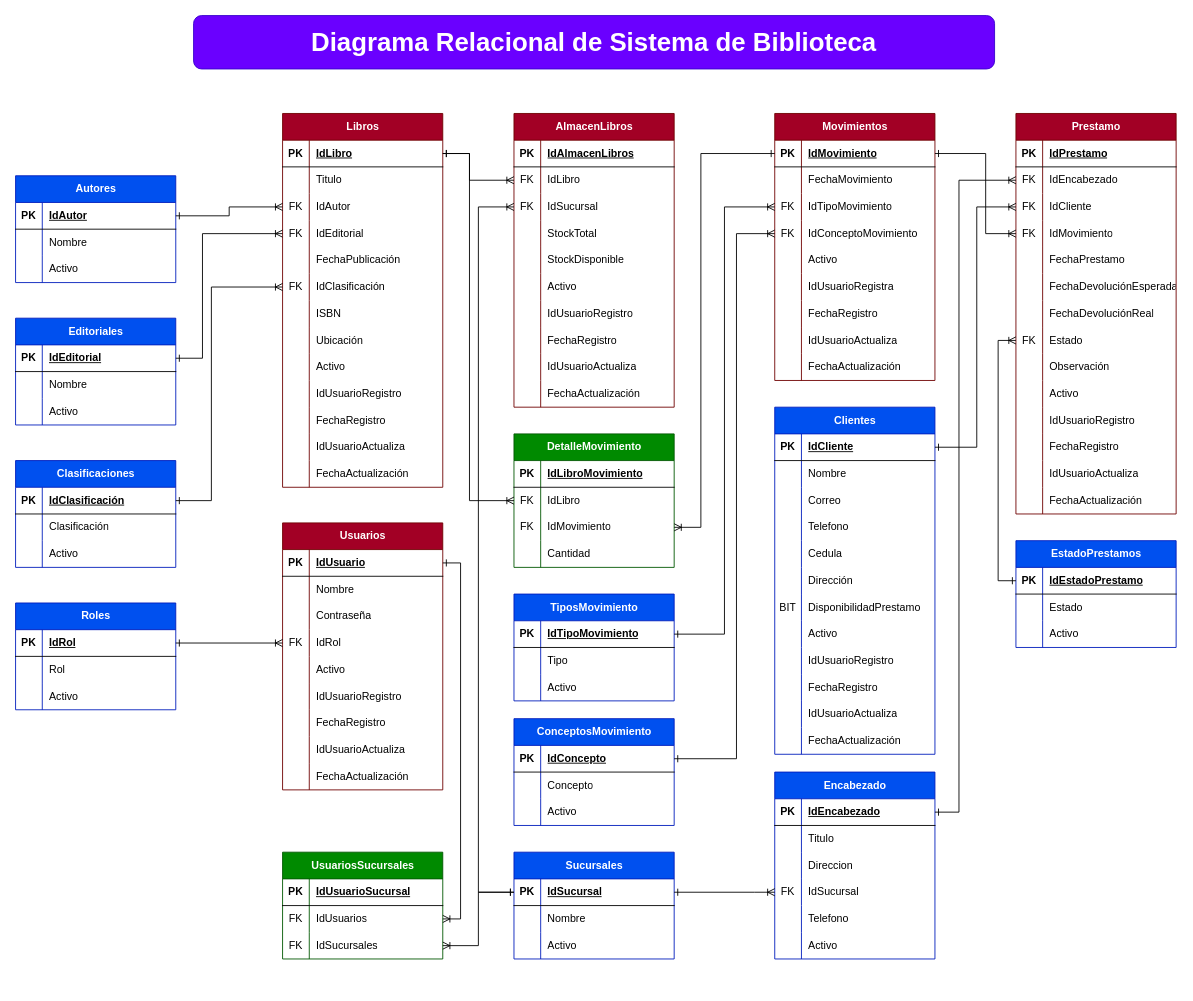
Above: DataBase/DiagramaRelacionalBD_V2.drawio in Winterbox400/SistemaBiblioteca_Documentacion (draw.io), before the change. Source tidied: cells renumbered, new cells numbered last; positions are measured from the earlier drawing's top-left corner, leaving out a move shared by most shapes. Both pictures are drawn from the tidied source at 89%, with x=0, y=0 at pixel (15, 15).
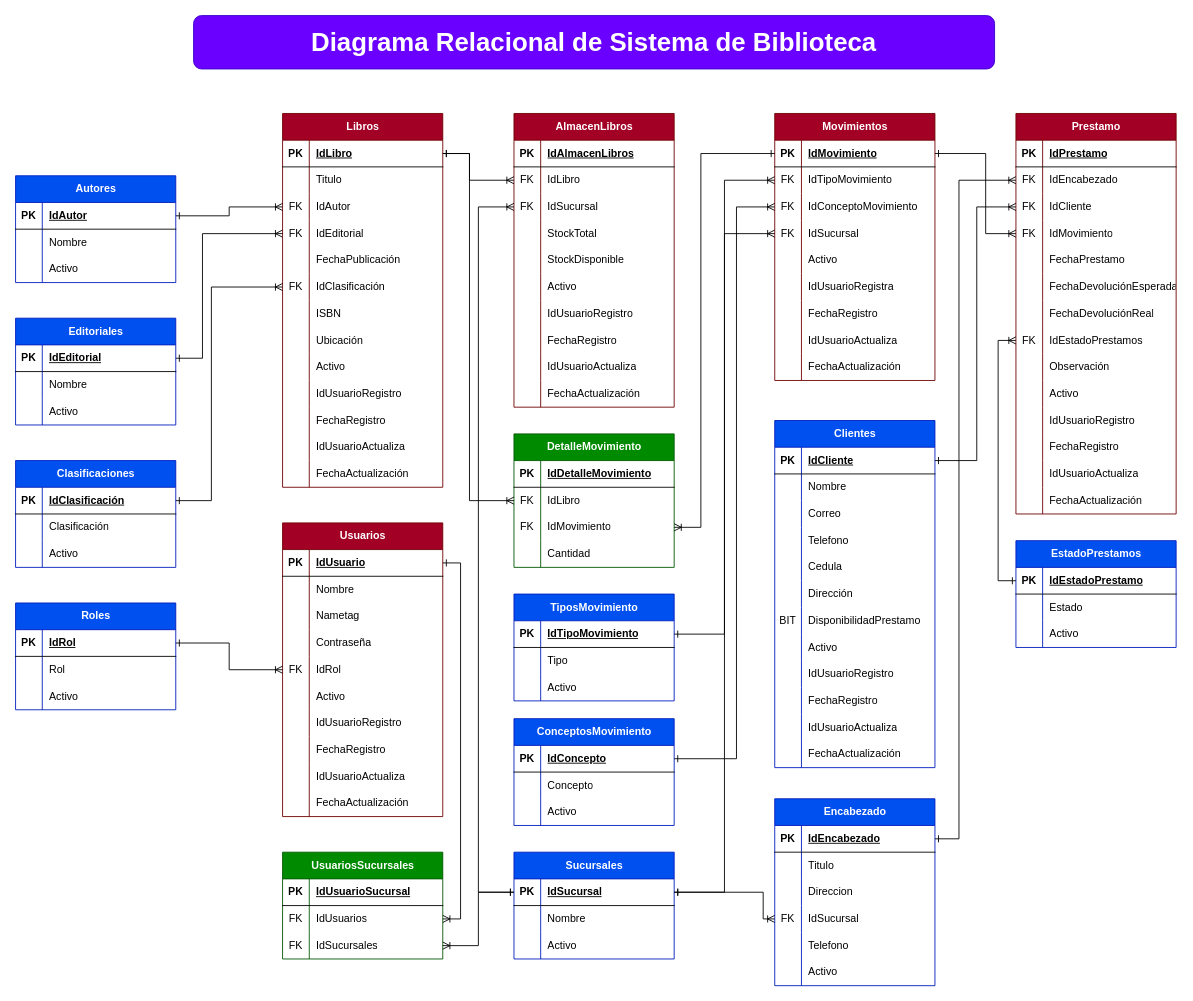
The same diagram, later.

The change refers to these unchanged cells:
```xml
<mxCell id="71" style="shape=tableRow;horizontal=0;startSize=0;swimlaneHead=0;swimlaneBody=0;fillColor=none;points=[[0,0.5],[1,0.5]];portConstraint=eastwest;top=0;left=0;right=0;bottom=1;" parent="70" vertex="1">
  <mxGeometry y="30" width="180" height="30" as="geometry" />
</mxCell>
<mxCell id="81" style="shape=tableRow;horizontal=0;startSize=0;swimlaneHead=0;swimlaneBody=0;fillColor=none;points=[[0,0.5],[1,0.5]];portConstraint=eastwest;top=0;left=0;right=0;bottom=1;" parent="80" vertex="1">
  <mxGeometry y="30" width="180" height="30" as="geometry" />
</mxCell>
<mxCell id="148" style="shape=tableRow;horizontal=0;startSize=0;swimlaneHead=0;swimlaneBody=0;fillColor=none;points=[[0,0.5],[1,0.5]];portConstraint=eastwest;top=0;left=0;right=0;bottom=1;" parent="147" vertex="1">
  <mxGeometry y="30" width="180" height="30" as="geometry" />
</mxCell>
<mxCell id="157" style="shape=tableRow;horizontal=0;startSize=0;swimlaneHead=0;swimlaneBody=0;fillColor=none;points=[[0,0.5],[1,0.5]];portConstraint=eastwest;top=0;left=0;right=0;bottom=0;" parent="147" vertex="1">
  <mxGeometry y="120" width="180" height="30" as="geometry" />
</mxCell>
<mxCell id="200" style="shape=tableRow;horizontal=0;startSize=0;swimlaneHead=0;swimlaneBody=0;fillColor=none;points=[[0,0.5],[1,0.5]];portConstraint=eastwest;top=0;left=0;right=0;bottom=1;" parent="199" vertex="1">
  <mxGeometry y="30" width="180" height="30" as="geometry" />
</mxCell>
<mxCell id="256" style="shape=tableRow;horizontal=0;startSize=0;swimlaneHead=0;swimlaneBody=0;fillColor=none;top=0;left=0;right=0;bottom=1;" parent="255" vertex="1">
  <mxGeometry y="30" width="180" height="30" as="geometry" />
</mxCell>
<mxCell id="268" value="Movimientos" style="shape=table;startSize=30;childLayout=tableLayout;rowLines=0;fontStyle=1;align=center;html=1;fillColor=#a20025;fontColor=#ffffff;strokeColor=#6F0000;" parent="1" vertex="1">
  <mxGeometry x="853" y="110" width="180" height="300" as="geometry" />
</mxCell>
<mxCell id="300" style="shape=tableRow;horizontal=0;startSize=0;swimlaneHead=0;swimlaneBody=0;fillColor=none;points=[[0,0.5],[1,0.5]];portConstraint=eastwest;top=0;left=0;right=0;bottom=0;" parent="296" vertex="1">
  <mxGeometry y="60" width="180" height="30" as="geometry" />
</mxCell>
<mxCell id="303" style="shape=tableRow;horizontal=0;startSize=0;swimlaneHead=0;swimlaneBody=0;fillColor=none;points=[[0,0.5],[1,0.5]];portConstraint=eastwest;top=0;left=0;right=0;bottom=0;" parent="296" vertex="1">
  <mxGeometry y="90" width="180" height="30" as="geometry" />
</mxCell>
<mxCell id="318" style="shape=tableRow;horizontal=0;startSize=0;swimlaneHead=0;swimlaneBody=0;fillColor=none;points=[[0,0.5],[1,0.5]];portConstraint=eastwest;top=0;left=0;right=0;bottom=0;" parent="296" vertex="1">
  <mxGeometry y="240" width="180" height="30" as="geometry" />
</mxCell>
```

The edit, as a diff of the source:
```diff
@@
     <mxCell id="42" value="Usuarios" style="shape=table;startSize=30;childLayout=tableLayout;rowLines=0;fontStyle=1;align=center;html=1;fillColor=#a20025;fontColor=#ffffff;strokeColor=#6F0000;" parent="1" vertex="1">
-      <mxGeometry x="300" y="570" width="180" height="300" as="geometry" />
+      <mxGeometry x="300" y="570" width="180" height="330" as="geometry" />
     </mxCell>
@@
+    <mxCell id="349" style="shape=tableRow;horizontal=0;startSize=0;swimlaneHead=0;swimlaneBody=0;fillColor=none;top=0;left=0;right=0;bottom=0;" parent="42" vertex="1">
+      <mxGeometry y="90" width="180" height="30" as="geometry" />
+    </mxCell>
+    <mxCell id="273" style="shape=partialRectangle;fillColor=none;top=0;left=0;bottom=0;right=0;overflow=hidden;whiteSpace=wrap;html=1;" parent="349" vertex="1">
+      <mxGeometry width="30" height="30" as="geometry" />
+    </mxCell>
+    <mxCell id="350" value="Nametag" style="shape=partialRectangle;fillColor=none;top=0;left=0;bottom=0;right=0;align=left;spacingLeft=6;overflow=hidden;whiteSpace=wrap;html=1;" parent="349" vertex="1">
+      <mxGeometry x="30" width="150" height="30" as="geometry" />
+    </mxCell>
     <mxCell id="49" style="shape=tableRow;horizontal=0;startSize=0;swimlaneHead=0;swimlaneBody=0;fillColor=none;top=0;left=0;right=0;bottom=0;" parent="42" vertex="1">
-      <mxGeometry y="90" width="180" height="30" as="geometry" />
+      <mxGeometry y="120" width="180" height="30" as="geometry" />
     </mxCell>
@@
     <mxCell id="52" style="shape=tableRow;horizontal=0;startSize=0;swimlaneHead=0;swimlaneBody=0;fillColor=none;points=[[0,0.5],[1,0.5]];portConstraint=eastwest;top=0;left=0;right=0;bottom=0;" parent="42" vertex="1">
-      <mxGeometry y="120" width="180" height="30" as="geometry" />
+      <mxGeometry y="150" width="180" height="30" as="geometry" />
     </mxCell>
@@
     <mxCell id="55" style="shape=tableRow;horizontal=0;startSize=0;swimlaneHead=0;swimlaneBody=0;fillColor=none;top=0;left=0;right=0;bottom=0;" parent="42" vertex="1">
-      <mxGeometry y="150" width="180" height="30" as="geometry" />
+      <mxGeometry y="180" width="180" height="30" as="geometry" />
     </mxCell>
@@
     <mxCell id="58" style="shape=tableRow;horizontal=0;startSize=0;swimlaneHead=0;swimlaneBody=0;fillColor=none;top=0;left=0;right=0;bottom=0;" parent="42" vertex="1">
-      <mxGeometry y="180" width="180" height="30" as="geometry" />
+      <mxGeometry y="210" width="180" height="30" as="geometry" />
     </mxCell>
@@
     <mxCell id="61" style="shape=tableRow;horizontal=0;startSize=0;swimlaneHead=0;swimlaneBody=0;fillColor=none;top=0;left=0;right=0;bottom=0;" parent="42" vertex="1">
-      <mxGeometry y="210" width="180" height="30" as="geometry" />
+      <mxGeometry y="240" width="180" height="30" as="geometry" />
     </mxCell>
@@
     <mxCell id="64" style="shape=tableRow;horizontal=0;startSize=0;swimlaneHead=0;swimlaneBody=0;fillColor=none;top=0;left=0;right=0;bottom=0;" parent="42" vertex="1">
-      <mxGeometry y="240" width="180" height="30" as="geometry" />
+      <mxGeometry y="270" width="180" height="30" as="geometry" />
     </mxCell>
@@
     <mxCell id="67" style="shape=tableRow;horizontal=0;startSize=0;swimlaneHead=0;swimlaneBody=0;fillColor=none;top=0;left=0;right=0;bottom=0;" parent="42" vertex="1">
-      <mxGeometry y="270" width="180" height="30" as="geometry" />
+      <mxGeometry y="300" width="180" height="30" as="geometry" />
     </mxCell>
@@
     <mxCell id="80" value="Clientes" style="shape=table;startSize=30;childLayout=tableLayout;rowLines=0;fontStyle=1;align=center;html=1;fillColor=#0050ef;fontColor=#ffffff;strokeColor=#001DBC;" parent="1" vertex="1">
-      <mxGeometry x="853" y="440" width="180" height="390" as="geometry" />
+      <mxGeometry x="853" y="455" width="180" height="390" as="geometry" />
     </mxCell>
@@
     <mxCell id="147" value="Encabezado" style="shape=table;startSize=30;childLayout=tableLayout;rowLines=0;fontStyle=1;align=center;html=1;fillColor=#0050ef;fontColor=#ffffff;strokeColor=#001DBC;" parent="1" vertex="1">
-      <mxGeometry x="853" y="850" width="180" height="210" as="geometry" />
+      <mxGeometry x="853" y="880" width="180" height="210" as="geometry" />
     </mxCell>
@@
     <mxCell id="210" style="edgeStyle=orthogonalEdgeStyle;rounded=0;jettySize=auto;html=1;exitX=1;exitY=0.5;exitDx=0;exitDy=0;entryX=0;entryY=0.5;entryDx=0;entryDy=0;startArrow=ERone;startFill=0;endArrow=ERoneToMany;endFill=0;" parent="1" edge="1" source="71" target="157">
       <mxGeometry relative="1" as="geometry">
         <Array as="points">
-          <mxPoint x="830" y="985" />
-          <mxPoint x="830" y="985" />
+          <mxPoint x="840" y="985" />
+          <mxPoint x="840" y="1015" />
         </Array>
       </mxGeometry>
     </mxCell>
@@
-    <mxCell id="258" value="IdLibroMovimiento" style="shape=partialRectangle;fillColor=none;top=0;left=0;bottom=0;right=0;align=left;spacingLeft=6;fontStyle=5;overflow=hidden;whiteSpace=wrap;html=1;" parent="256" vertex="1">
+    <mxCell id="258" value="IdDetalleMovimiento" style="shape=partialRectangle;fillColor=none;top=0;left=0;bottom=0;right=0;align=left;spacingLeft=6;fontStyle=5;overflow=hidden;whiteSpace=wrap;html=1;" parent="256" vertex="1">
       <mxGeometry x="30" width="150" height="30" as="geometry" />
     </mxCell>
@@
-    <mxCell id="272" style="shape=tableRow;horizontal=0;startSize=0;swimlaneHead=0;swimlaneBody=0;fillColor=none;top=0;left=0;right=0;bottom=0;" parent="268" vertex="1">
-      <mxGeometry y="60" width="180" height="30" as="geometry" />
-    </mxCell>
-    <mxCell id="273" style="shape=partialRectangle;fillColor=none;top=0;left=0;bottom=0;right=0;overflow=hidden;whiteSpace=wrap;html=1;" parent="272" vertex="1">
-      <mxGeometry width="30" height="30" as="geometry" />
-    </mxCell>
-    <mxCell id="274" value="FechaMovimiento" style="shape=partialRectangle;fillColor=none;top=0;left=0;bottom=0;right=0;align=left;spacingLeft=6;overflow=hidden;whiteSpace=wrap;html=1;" parent="272" vertex="1">
-      <mxGeometry x="30" width="150" height="30" as="geometry" />
-    </mxCell>
     <mxCell id="275" style="shape=tableRow;horizontal=0;startSize=0;swimlaneHead=0;swimlaneBody=0;fillColor=none;points=[[0,0.5],[1,0.5]];portConstraint=eastwest;top=0;left=0;right=0;bottom=0;" parent="268" vertex="1">
-      <mxGeometry y="90" width="180" height="30" as="geometry" />
+      <mxGeometry y="60" width="180" height="30" as="geometry" />
     </mxCell>
@@
     <mxCell id="278" style="shape=tableRow;horizontal=0;startSize=0;swimlaneHead=0;swimlaneBody=0;fillColor=none;points=[[0,0.5],[1,0.5]];portConstraint=eastwest;top=0;left=0;right=0;bottom=0;" parent="268" vertex="1">
-      <mxGeometry y="120" width="180" height="30" as="geometry" />
+      <mxGeometry y="90" width="180" height="30" as="geometry" />
     </mxCell>
@@
+    <mxCell id="351" style="shape=tableRow;horizontal=0;startSize=0;swimlaneHead=0;swimlaneBody=0;fillColor=none;points=[[0,0.5],[1,0.5]];portConstraint=eastwest;top=0;left=0;right=0;bottom=0;" parent="268" vertex="1">
+      <mxGeometry y="120" width="180" height="30" as="geometry" />
+    </mxCell>
+    <mxCell id="352" value="FK" style="shape=partialRectangle;fillColor=none;top=0;left=0;bottom=0;right=0;overflow=hidden;whiteSpace=wrap;html=1;" parent="351" vertex="1">
+      <mxGeometry width="30" height="30" as="geometry" />
+    </mxCell>
+    <mxCell id="353" value="IdSucursal" style="shape=partialRectangle;fillColor=none;top=0;left=0;bottom=0;right=0;align=left;spacingLeft=6;overflow=hidden;whiteSpace=wrap;html=1;" parent="351" vertex="1">
+      <mxGeometry x="30" width="150" height="30" as="geometry" />
+    </mxCell>
@@
-    <mxCell id="320" value="Estado" style="shape=partialRectangle;fillColor=none;top=0;left=0;bottom=0;right=0;align=left;spacingLeft=6;overflow=hidden;whiteSpace=wrap;html=1;" parent="318" vertex="1">
+    <mxCell id="320" value="IdEstadoPrestamos" style="shape=partialRectangle;fillColor=none;top=0;left=0;bottom=0;right=0;align=left;spacingLeft=6;overflow=hidden;whiteSpace=wrap;html=1;" parent="318" vertex="1">
       <mxGeometry x="30" width="150" height="30" as="geometry" />
     </mxCell>
@@
     <mxCell id="344" style="edgeStyle=orthogonalEdgeStyle;rounded=0;jettySize=auto;html=1;exitX=1;exitY=0.5;exitDx=0;exitDy=0;entryX=0;entryY=0.5;entryDx=0;entryDy=0;startArrow=ERone;startFill=0;endArrow=ERoneToMany;endFill=0;" parent="1" edge="1" source="200" target="278">
       <mxGeometry relative="1" as="geometry">
         <Array as="points">
           <mxPoint x="810" y="835" />
-          <mxPoint x="810" y="245" />
+          <mxPoint x="810" y="215" />
         </Array>
       </mxGeometry>
     </mxCell>
@@
     <mxCell id="346" style="edgeStyle=orthogonalEdgeStyle;rounded=0;jettySize=auto;html=1;exitX=1;exitY=0.5;exitDx=0;exitDy=0;entryX=0;entryY=0.5;entryDx=0;entryDy=0;startArrow=ERone;startFill=0;endArrow=ERoneToMany;endFill=0;" parent="1" edge="1" source="81" target="303">
       <mxGeometry relative="1" as="geometry">
         <Array as="points">
-          <mxPoint x="1080" y="485" />
+          <mxPoint x="1080" y="500" />
           <mxPoint x="1080" y="215" />
         </Array>
       </mxGeometry>
     </mxCell>
     <mxCell id="347" style="edgeStyle=orthogonalEdgeStyle;rounded=0;jettySize=auto;html=1;exitX=1;exitY=0.5;exitDx=0;exitDy=0;entryX=0;entryY=0.5;entryDx=0;entryDy=0;startArrow=ERone;startFill=0;endArrow=ERoneToMany;endFill=0;" parent="1" edge="1" source="148" target="300">
       <mxGeometry relative="1" as="geometry">
         <Array as="points">
-          <mxPoint x="1060" y="895" />
+          <mxPoint x="1060" y="925" />
           <mxPoint x="1060" y="185" />
         </Array>
       </mxGeometry>
     </mxCell>
@@
+    <mxCell id="354" style="edgeStyle=orthogonalEdgeStyle;rounded=0;jettySize=auto;html=1;exitX=1;exitY=0.5;exitDx=0;exitDy=0;entryX=0;entryY=0.5;entryDx=0;entryDy=0;startArrow=ERone;startFill=0;endArrow=ERoneToMany;endFill=0;" parent="1" edge="1" source="71" target="351">
+      <mxGeometry relative="1" as="geometry" />
+    </mxCell>
```
